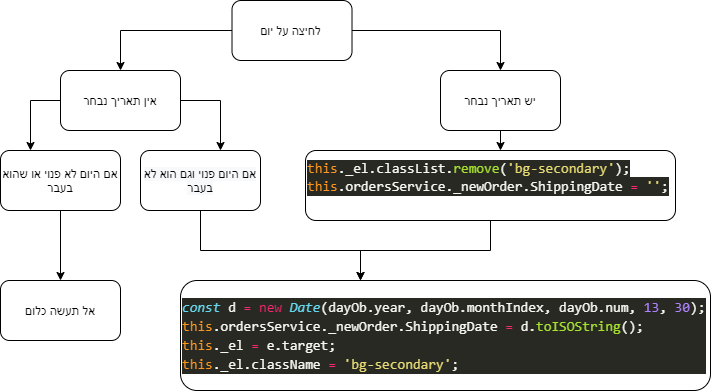
The draw.io diagram calendar-pick-day-flow-chart.png in EllieThor/angularShop, before a commit. Source tidied: cells renumbered, new cells last; positions are measured from the earlier drawing's top-left corner, leaving out a move shared by most shapes.
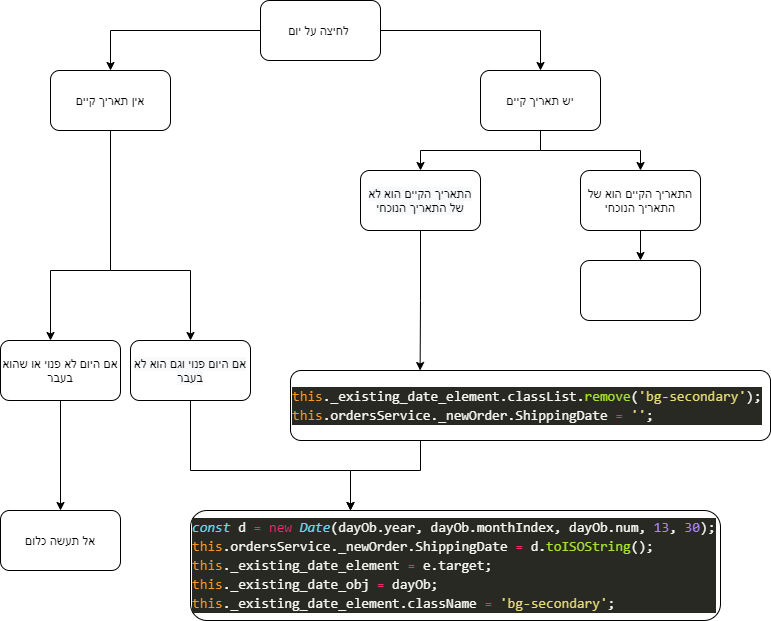
After the change.

Change to the diagram source:
```diff
@@ -6,72 +6,91 @@
       <mxGeometry relative="1" as="geometry" />
     </mxCell>
     <mxCell id="3" style="edgeStyle=orthogonalEdgeStyle;rounded=0;jettySize=auto;html=1;fontColor=#000000;" parent="1" edge="1" source="4" target="11">
-      <mxGeometry relative="1" as="geometry" />
+      <mxGeometry relative="1" as="geometry">
+        <Array as="points">
+          <mxPoint x="550" y="10" />
+        </Array>
+      </mxGeometry>
     </mxCell>
     <mxCell id="4" value="לחיצה על יום&amp;nbsp;" style="rounded=1;whiteSpace=wrap;html=1;" parent="1" vertex="1">
-      <mxGeometry x="231.5" width="120" height="60" as="geometry" />
+      <mxGeometry x="270" y="-20" width="120" height="60" as="geometry" />
     </mxCell>
     <mxCell id="5" style="edgeStyle=orthogonalEdgeStyle;rounded=0;jettySize=auto;html=1;fontColor=#000000;" parent="1" edge="1" source="7" target="14">
       <mxGeometry relative="1" as="geometry">
         <Array as="points">
-          <mxPoint x="220" y="100" />
+          <mxPoint x="120" y="250" />
+          <mxPoint x="200" y="250" />
         </Array>
       </mxGeometry>
     </mxCell>
     <mxCell id="6" style="edgeStyle=orthogonalEdgeStyle;rounded=0;jettySize=auto;html=1;fontColor=#000000;" parent="1" edge="1" source="7" target="9">
       <mxGeometry relative="1" as="geometry">
         <Array as="points">
-          <mxPoint x="30" y="100" />
+          <mxPoint x="120" y="250" />
+          <mxPoint x="60" y="250" />
         </Array>
       </mxGeometry>
     </mxCell>
-    <mxCell id="7" value="אין תאריך&amp;nbsp;נבחר" style="rounded=1;whiteSpace=wrap;html=1;" parent="1" vertex="1">
-      <mxGeometry x="60" y="70" width="120" height="60" as="geometry" />
+    <mxCell id="7" value="אין תאריך&amp;nbsp;קיים" style="rounded=1;whiteSpace=wrap;html=1;" parent="1" vertex="1">
+      <mxGeometry x="60" y="50" width="120" height="60" as="geometry" />
     </mxCell>
     <mxCell id="8" style="edgeStyle=orthogonalEdgeStyle;rounded=0;jettySize=auto;html=1;fontColor=#000000;" parent="1" edge="1" source="9" target="15">
       <mxGeometry relative="1" as="geometry" />
     </mxCell>
     <mxCell id="9" value="אם היום לא פנוי או שהוא &lt;br&gt;בעבר" style="rounded=1;whiteSpace=wrap;html=1;" parent="1" vertex="1">
-      <mxGeometry y="150" width="120" height="60" as="geometry" />
+      <mxGeometry x="10" y="320" width="120" height="60" as="geometry" />
     </mxCell>
-    <mxCell id="10" style="edgeStyle=orthogonalEdgeStyle;rounded=0;jettySize=auto;html=1;fontColor=#000000;" parent="1" edge="1" source="11" target="17">
-      <mxGeometry relative="1" as="geometry">
-        <Array as="points">
-          <mxPoint x="500" y="200" />
-          <mxPoint x="500" y="200" />
-        </Array>
-      </mxGeometry>
-    </mxCell>
+    <mxCell id="18" style="edgeStyle=orthogonalEdgeStyle;rounded=0;jettySize=auto;html=1;" parent="1" edge="1" source="11" target="21">
+      <mxGeometry relative="1" as="geometry" />
+    </mxCell>
+    <mxCell id="19" style="edgeStyle=orthogonalEdgeStyle;rounded=0;jettySize=auto;html=1;" parent="1" edge="1" source="11" target="23">
+      <mxGeometry relative="1" as="geometry" />
+    </mxCell>
-    <mxCell id="11" value="יש תאריך נבחר" style="whiteSpace=wrap;html=1;rounded=1;" parent="1" vertex="1">
-      <mxGeometry x="440" y="70" width="120" height="60" as="geometry" />
+    <mxCell id="11" value="יש תאריך קיים" style="whiteSpace=wrap;html=1;rounded=1;" parent="1" vertex="1">
+      <mxGeometry x="490" y="50" width="120" height="60" as="geometry" />
     </mxCell>
-    <mxCell id="12" value="&lt;div style=&quot;color: rgb(248 , 248 , 242) ; background-color: rgb(40 , 41 , 35) ; font-family: &amp;#34;consolas&amp;#34; , &amp;#34;courier new&amp;#34; , monospace ; font-size: 14px ; line-height: 19px&quot;&gt;&lt;div&gt;&lt;span style=&quot;color: #66d9ef ; font-style: italic&quot;&gt;const&lt;/span&gt;&amp;nbsp;d&amp;nbsp;&lt;span style=&quot;color: #f92672&quot;&gt;=&lt;/span&gt;&amp;nbsp;&lt;span style=&quot;color: #f92672&quot;&gt;new&lt;/span&gt;&amp;nbsp;&lt;span style=&quot;color: #66d9ef ; font-style: italic&quot;&gt;Date&lt;/span&gt;(dayOb.year,&amp;nbsp;dayOb.monthIndex,&amp;nbsp;dayOb.num,&amp;nbsp;&lt;span style=&quot;color: #ae81ff&quot;&gt;13&lt;/span&gt;,&amp;nbsp;&lt;span style=&quot;color: #ae81ff&quot;&gt;30&lt;/span&gt;);&lt;/div&gt;&lt;div&gt;&lt;span style=&quot;color: #fd971f&quot;&gt;this&lt;/span&gt;.ordersService._newOrder.ShippingDate&amp;nbsp;&lt;span style=&quot;color: #f92672&quot;&gt;=&lt;/span&gt;&amp;nbsp;d.&lt;span style=&quot;color: #a6e22e&quot;&gt;toISOString&lt;/span&gt;();&lt;/div&gt;&lt;div&gt;&lt;span style=&quot;color: #fd971f&quot;&gt;this&lt;/span&gt;._el&amp;nbsp;&lt;span style=&quot;color: #f92672&quot;&gt;=&lt;/span&gt;&amp;nbsp;e.target;&lt;/div&gt;&lt;div&gt;&lt;span style=&quot;color: #fd971f&quot;&gt;this&lt;/span&gt;._el.className&amp;nbsp;&lt;span style=&quot;color: #f92672&quot;&gt;=&lt;/span&gt;&amp;nbsp;&lt;span style=&quot;color: #e6db74&quot;&gt;'bg-secondary'&lt;/span&gt;;&lt;/div&gt;&lt;/div&gt;" style="rounded=1;whiteSpace=wrap;html=1;align=left;" parent="1" vertex="1">
-      <mxGeometry x="180" y="280" width="530" height="110" as="geometry" />
+    <mxCell id="12" value="&lt;div style=&quot;color: rgb(248 , 248 , 242) ; background-color: rgb(40 , 41 , 35) ; font-family: &amp;#34;consolas&amp;#34; , &amp;#34;courier new&amp;#34; , monospace ; font-size: 14px ; line-height: 19px&quot;&gt;&lt;div style=&quot;font-family: &amp;#34;consolas&amp;#34; , &amp;#34;courier new&amp;#34; , monospace ; line-height: 19px&quot;&gt;&lt;div&gt;&lt;span style=&quot;color: #66d9ef ; font-style: italic&quot;&gt;const&lt;/span&gt;&amp;nbsp;d&amp;nbsp;&lt;span style=&quot;color: #f92672&quot;&gt;=&lt;/span&gt;&amp;nbsp;&lt;span style=&quot;color: #f92672&quot;&gt;new&lt;/span&gt;&amp;nbsp;&lt;span style=&quot;color: #66d9ef ; font-style: italic&quot;&gt;Date&lt;/span&gt;(dayOb.year,&amp;nbsp;dayOb.monthIndex,&amp;nbsp;dayOb.num,&amp;nbsp;&lt;span style=&quot;color: #ae81ff&quot;&gt;13&lt;/span&gt;,&amp;nbsp;&lt;span style=&quot;color: #ae81ff&quot;&gt;30&lt;/span&gt;);&lt;/div&gt;&lt;div&gt;&lt;span style=&quot;color: #fd971f&quot;&gt;this&lt;/span&gt;.ordersService._newOrder.ShippingDate&amp;nbsp;&lt;span style=&quot;color: #f92672&quot;&gt;=&lt;/span&gt;&amp;nbsp;d.&lt;span style=&quot;color: #a6e22e&quot;&gt;toISOString&lt;/span&gt;();&lt;/div&gt;&lt;div&gt;&lt;span style=&quot;color: #fd971f&quot;&gt;this&lt;/span&gt;._existing_date_element&amp;nbsp;&lt;span style=&quot;color: #f92672&quot;&gt;=&lt;/span&gt;&amp;nbsp;e.target;&lt;/div&gt;&lt;div&gt;&lt;span style=&quot;color: #fd971f&quot;&gt;this&lt;/span&gt;._existing_date_obj&amp;nbsp;&lt;span style=&quot;color: #f92672&quot;&gt;=&lt;/span&gt;&amp;nbsp;dayOb;&lt;/div&gt;&lt;div&gt;&lt;span style=&quot;color: #fd971f&quot;&gt;this&lt;/span&gt;._existing_date_element.className&amp;nbsp;&lt;span style=&quot;color: #f92672&quot;&gt;=&lt;/span&gt;&amp;nbsp;&lt;span style=&quot;color: #e6db74&quot;&gt;'bg-secondary'&lt;/span&gt;;&lt;/div&gt;&lt;/div&gt;&lt;/div&gt;" style="rounded=1;whiteSpace=wrap;html=1;align=left;" parent="1" vertex="1">
+      <mxGeometry x="200" y="490" width="530" height="110" as="geometry" />
     </mxCell>
     <mxCell id="13" style="edgeStyle=orthogonalEdgeStyle;rounded=0;jettySize=auto;html=1;fontColor=#000000;" parent="1" edge="1" source="14" target="12">
       <mxGeometry relative="1" as="geometry">
         <Array as="points">
-          <mxPoint x="200" y="250" />
-          <mxPoint x="360" y="250" />
+          <mxPoint x="200" y="450" />
+          <mxPoint x="360" y="450" />
         </Array>
       </mxGeometry>
     </mxCell>
     <mxCell id="14" value="&lt;span style=&quot;color: rgb(0 , 0 , 0) ; font-family: &amp;#34;helvetica&amp;#34; ; font-size: 12px ; font-style: normal ; font-weight: 400 ; letter-spacing: normal ; text-align: center ; text-indent: 0px ; text-transform: none ; word-spacing: 0px ; background-color: rgb(248 , 249 , 250) ; display: inline ; float: none&quot;&gt;אם היום פנוי וגם הוא לא בעבר&lt;/span&gt;" style="whiteSpace=wrap;html=1;rounded=1;" parent="1" vertex="1">
-      <mxGeometry x="140" y="150" width="120" height="60" as="geometry" />
+      <mxGeometry x="140" y="320" width="120" height="60" as="geometry" />
     </mxCell>
     <mxCell id="15" value="אל תעשה כלום" style="whiteSpace=wrap;html=1;rounded=1;" parent="1" vertex="1">
-      <mxGeometry y="280" width="120" height="60" as="geometry" />
+      <mxGeometry x="10" y="490" width="120" height="60" as="geometry" />
     </mxCell>
     <mxCell id="16" style="edgeStyle=orthogonalEdgeStyle;rounded=0;jettySize=auto;html=1;fontColor=#000000;" parent="1" edge="1" source="17" target="12">
       <mxGeometry relative="1" as="geometry">
         <Array as="points">
-          <mxPoint x="490" y="250" />
-          <mxPoint x="360" y="250" />
+          <mxPoint x="430" y="450" />
+          <mxPoint x="360" y="450" />
         </Array>
       </mxGeometry>
     </mxCell>
-    <mxCell id="17" value="&lt;span style=&quot;background-color: rgb(40 , 41 , 35) ; font-family: &amp;#34;consolas&amp;#34; , &amp;#34;courier new&amp;#34; , monospace ; font-size: 14px ; color: rgb(253 , 151 , 31)&quot;&gt;this&lt;/span&gt;&lt;span style=&quot;background-color: rgb(40 , 41 , 35) ; color: rgb(248 , 248 , 242) ; font-family: &amp;#34;consolas&amp;#34; , &amp;#34;courier new&amp;#34; , monospace ; font-size: 14px&quot;&gt;._el.classList.&lt;/span&gt;&lt;span style=&quot;background-color: rgb(40 , 41 , 35) ; font-family: &amp;#34;consolas&amp;#34; , &amp;#34;courier new&amp;#34; , monospace ; font-size: 14px ; color: rgb(166 , 226 , 46)&quot;&gt;remove&lt;/span&gt;&lt;span style=&quot;background-color: rgb(40 , 41 , 35) ; color: rgb(248 , 248 , 242) ; font-family: &amp;#34;consolas&amp;#34; , &amp;#34;courier new&amp;#34; , monospace ; font-size: 14px&quot;&gt;(&lt;/span&gt;&lt;span style=&quot;background-color: rgb(40 , 41 , 35) ; font-family: &amp;#34;consolas&amp;#34; , &amp;#34;courier new&amp;#34; , monospace ; font-size: 14px ; color: rgb(230 , 219 , 116)&quot;&gt;'bg-secondary'&lt;/span&gt;&lt;span style=&quot;background-color: rgb(40 , 41 , 35) ; color: rgb(248 , 248 , 242) ; font-family: &amp;#34;consolas&amp;#34; , &amp;#34;courier new&amp;#34; , monospace ; font-size: 14px&quot;&gt;);&lt;/span&gt;&lt;br&gt;&lt;div style=&quot;color: rgb(248 , 248 , 242) ; background-color: rgb(40 , 41 , 35) ; font-family: &amp;#34;consolas&amp;#34; , &amp;#34;courier new&amp;#34; , monospace ; font-weight: normal ; font-size: 14px ; line-height: 19px&quot;&gt;&lt;div&gt;&lt;span style=&quot;color: #fd971f&quot;&gt;this&lt;/span&gt;&lt;span style=&quot;color: #f8f8f2&quot;&gt;.ordersService._newOrder.ShippingDate&amp;nbsp;&lt;/span&gt;&lt;span style=&quot;color: #f92672&quot;&gt;=&lt;/span&gt;&lt;span style=&quot;color: #f8f8f2&quot;&gt;&amp;nbsp;&lt;/span&gt;&lt;span style=&quot;color: #e6db74&quot;&gt;''&lt;/span&gt;&lt;span style=&quot;color: #f8f8f2&quot;&gt;;&lt;/span&gt;&lt;/div&gt;&lt;/div&gt;&lt;br&gt;" style="whiteSpace=wrap;html=1;rounded=1;align=left;" parent="1" vertex="1">
-      <mxGeometry x="305" y="150" width="370" height="70" as="geometry" />
+    <mxCell id="17" value="&lt;div style=&quot;color: rgb(248 , 248 , 242) ; background-color: rgb(40 , 41 , 35) ; font-family: &amp;#34;consolas&amp;#34; , &amp;#34;courier new&amp;#34; , monospace ; font-size: 14px ; line-height: 19px&quot;&gt;&lt;div&gt;&lt;span style=&quot;color: #fd971f&quot;&gt;this&lt;/span&gt;._existing_date_element.classList.&lt;span style=&quot;color: #a6e22e&quot;&gt;remove&lt;/span&gt;(&lt;span style=&quot;color: #e6db74&quot;&gt;'bg-secondary'&lt;/span&gt;);&lt;/div&gt;&lt;div&gt;&lt;span style=&quot;color: #fd971f&quot;&gt;this&lt;/span&gt;.ordersService._newOrder.ShippingDate&amp;nbsp;&lt;span style=&quot;color: #f92672&quot;&gt;=&lt;/span&gt;&amp;nbsp;&lt;span style=&quot;color: #e6db74&quot;&gt;''&lt;/span&gt;;&lt;/div&gt;&lt;/div&gt;" style="whiteSpace=wrap;html=1;rounded=1;align=left;" parent="1" vertex="1">
+      <mxGeometry x="300" y="350" width="480" height="70" as="geometry" />
     </mxCell>
+    <mxCell id="20" style="edgeStyle=orthogonalEdgeStyle;rounded=0;jettySize=auto;html=1;" parent="1" edge="1" source="21" target="24">
+      <mxGeometry relative="1" as="geometry" />
+    </mxCell>
+    <mxCell id="21" value="התאריך הקיים הוא של התאריך הנוכחי" style="whiteSpace=wrap;html=1;rounded=1;" parent="1" vertex="1">
+      <mxGeometry x="590" y="150" width="120" height="60" as="geometry" />
+    </mxCell>
+    <mxCell id="22" style="edgeStyle=orthogonalEdgeStyle;rounded=0;jettySize=auto;html=1;entryX=0.27;entryY=0;entryDx=0;entryDy=0;entryPerimeter=0;" parent="1" edge="1" source="23" target="17">
+      <mxGeometry relative="1" as="geometry" />
+    </mxCell>
+    <mxCell id="23" value="&lt;span style=&quot;color: rgb(0 , 0 , 0) ; font-family: &amp;#34;helvetica&amp;#34; ; font-size: 12px ; font-style: normal ; font-weight: 400 ; letter-spacing: normal ; text-align: center ; text-indent: 0px ; text-transform: none ; word-spacing: 0px ; background-color: rgb(248 , 249 , 250) ; display: inline ; float: none&quot;&gt;התאריך הקיים הוא לא של התאריך הנוכחי&lt;/span&gt;" style="whiteSpace=wrap;html=1;rounded=1;" parent="1" vertex="1">
+      <mxGeometry x="370" y="150" width="120" height="60" as="geometry" />
+    </mxCell>
+    <mxCell id="24" style="whiteSpace=wrap;html=1;rounded=1;" parent="1" vertex="1">
+      <mxGeometry x="590" y="240" width="120" height="60" as="geometry" />
+    </mxCell>
   </root>
 </mxGraphModel>
```
